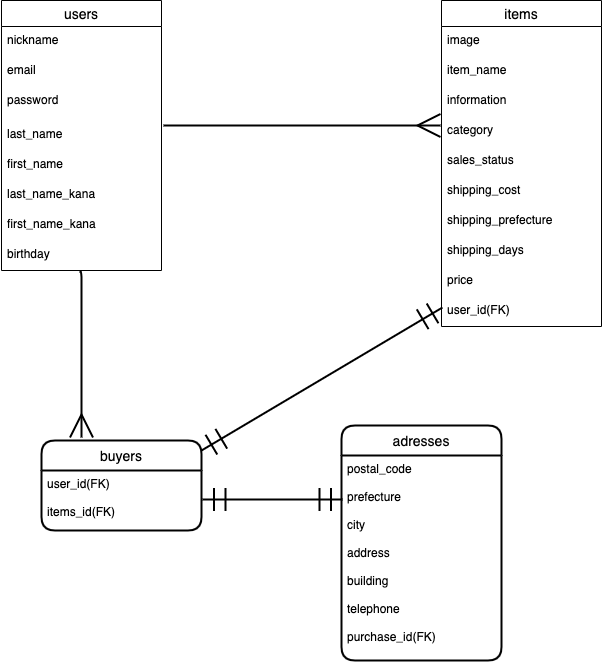
saya1216/furima-36071 keeps this draw.io diagram as furima.drawio.png. Above is the earlier version. Source tidied: cells renumbered, new cells last; positions are measured from the earlier drawing's top-left corner, leaving out a move shared by most shapes.
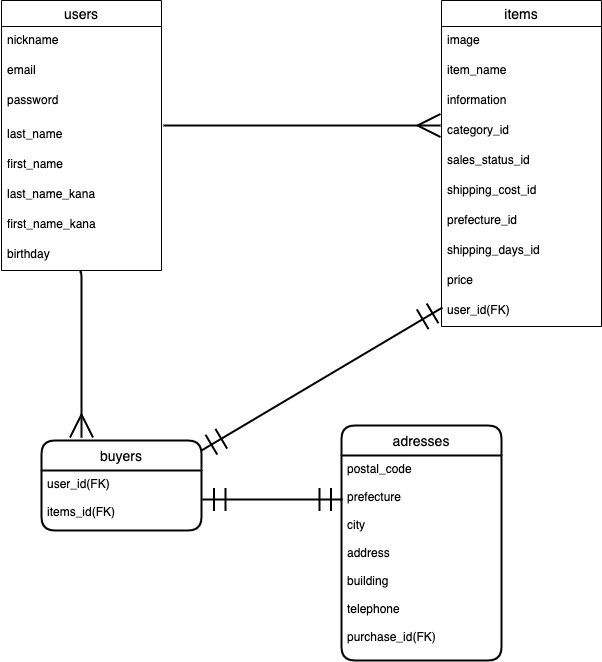
After the commit.

Commit message:
レビューを受けER図とREADMEを修正

The edit, as a diff of the source:
```diff
@@ -41,19 +41,19 @@
     <mxCell id="14" value="information" style="text;strokeColor=none;fillColor=none;spacingLeft=4;spacingRight=4;overflow=hidden;fontSize=12;fontColor=#000000;" parent="11" vertex="1">
       <mxGeometry y="86" width="160" height="30" as="geometry" />
     </mxCell>
-    <mxCell id="15" value="category" style="text;spacingLeft=4;spacingRight=4;overflow=hidden;fontSize=12;labelBackgroundColor=none;fontColor=#000000;" parent="11" vertex="1">
+    <mxCell id="15" value="category_id" style="text;spacingLeft=4;spacingRight=4;overflow=hidden;fontSize=12;labelBackgroundColor=none;fontColor=#000000;" parent="11" vertex="1">
       <mxGeometry y="116" width="160" height="30" as="geometry" />
     </mxCell>
-    <mxCell id="16" value="sales_status" style="text;strokeColor=none;fillColor=none;spacingLeft=4;spacingRight=4;overflow=hidden;fontSize=12;labelBackgroundColor=none;fontColor=#000000;" parent="11" vertex="1">
+    <mxCell id="16" value="sales_status_id" style="text;strokeColor=none;fillColor=none;spacingLeft=4;spacingRight=4;overflow=hidden;fontSize=12;labelBackgroundColor=none;fontColor=#000000;" parent="11" vertex="1">
       <mxGeometry y="146" width="160" height="30" as="geometry" />
     </mxCell>
-    <mxCell id="17" value="shipping_cost" style="text;strokeColor=none;fillColor=none;spacingLeft=4;spacingRight=4;overflow=hidden;fontSize=12;fontColor=#000000;" parent="11" vertex="1">
+    <mxCell id="17" value="shipping_cost_id" style="text;strokeColor=none;fillColor=none;spacingLeft=4;spacingRight=4;overflow=hidden;fontSize=12;fontColor=#000000;" parent="11" vertex="1">
       <mxGeometry y="176" width="160" height="30" as="geometry" />
     </mxCell>
-    <mxCell id="18" value="shipping_prefecture" style="text;strokeColor=none;fillColor=none;spacingLeft=4;spacingRight=4;overflow=hidden;fontSize=12;fontColor=#000000;" parent="11" vertex="1">
+    <mxCell id="18" value="prefecture_id" style="text;strokeColor=none;fillColor=none;spacingLeft=4;spacingRight=4;overflow=hidden;fontSize=12;fontColor=#000000;" parent="11" vertex="1">
       <mxGeometry y="206" width="160" height="30" as="geometry" />
     </mxCell>
-    <mxCell id="19" value="shipping_days" style="text;fillColor=none;spacingLeft=4;spacingRight=4;overflow=hidden;fontSize=12;fontColor=#000000;" parent="11" vertex="1">
+    <mxCell id="19" value="shipping_days_id" style="text;fillColor=none;spacingLeft=4;spacingRight=4;overflow=hidden;fontSize=12;fontColor=#000000;" parent="11" vertex="1">
       <mxGeometry y="236" width="160" height="30" as="geometry" />
     </mxCell>
     <mxCell id="20" value="price" style="text;strokeColor=none;fillColor=none;spacingLeft=4;spacingRight=4;overflow=hidden;fontSize=12;fontColor=#000000;" parent="11" vertex="1">
```
